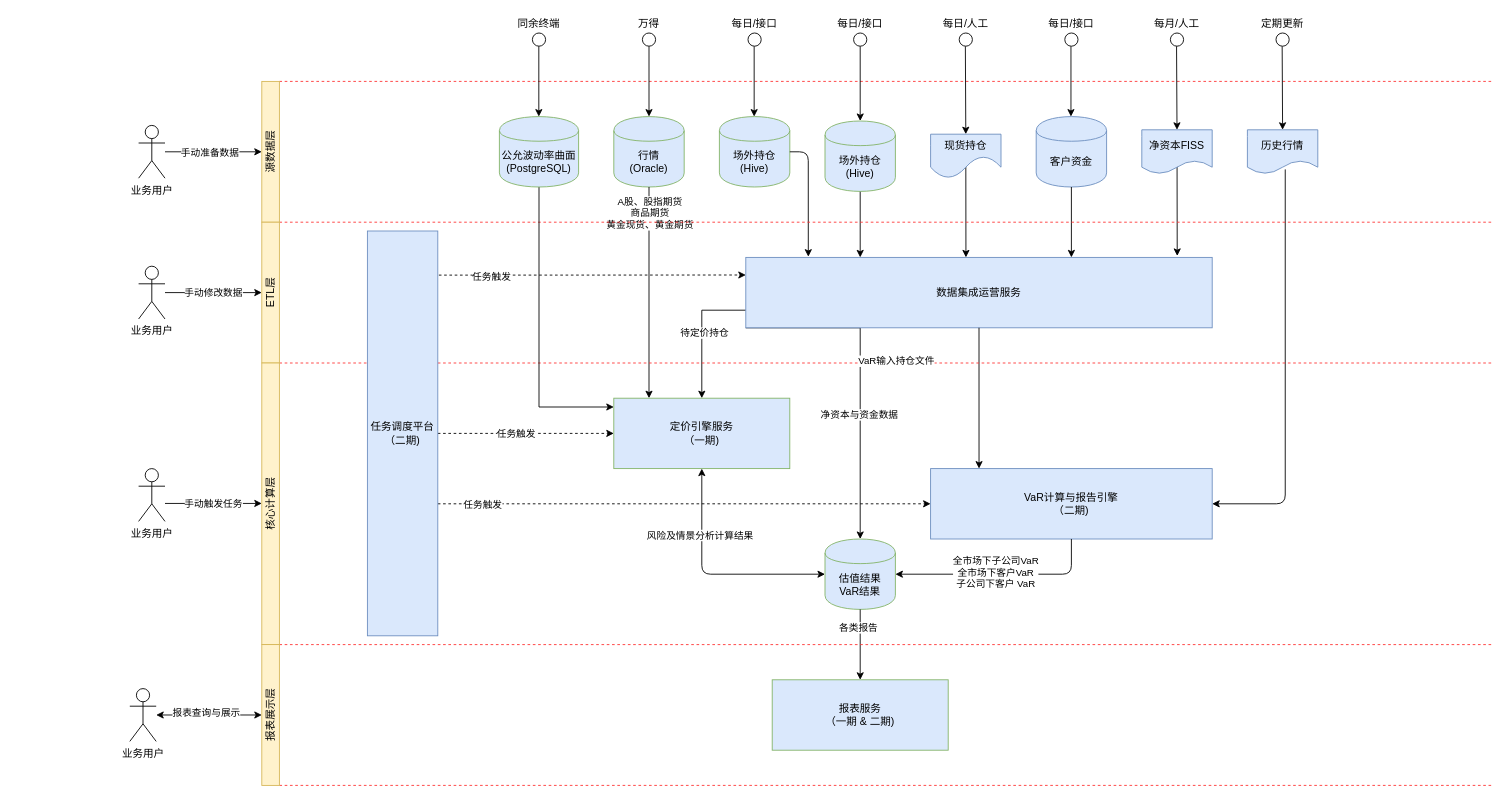
This is page "二期架构" (3 of 8) of Untitled Diagram.drawio from blshao84/VaRReportingSys, a draw.io file, before an edit. Source tidied: cells renumbered, new cells numbered last; positions are measured from the earlier drawing's top-left corner, leaving out a move shared by most shapes. Both pictures are drawn from the tidied source at 88%, with x=0, y=0 at pixel (129, 15).
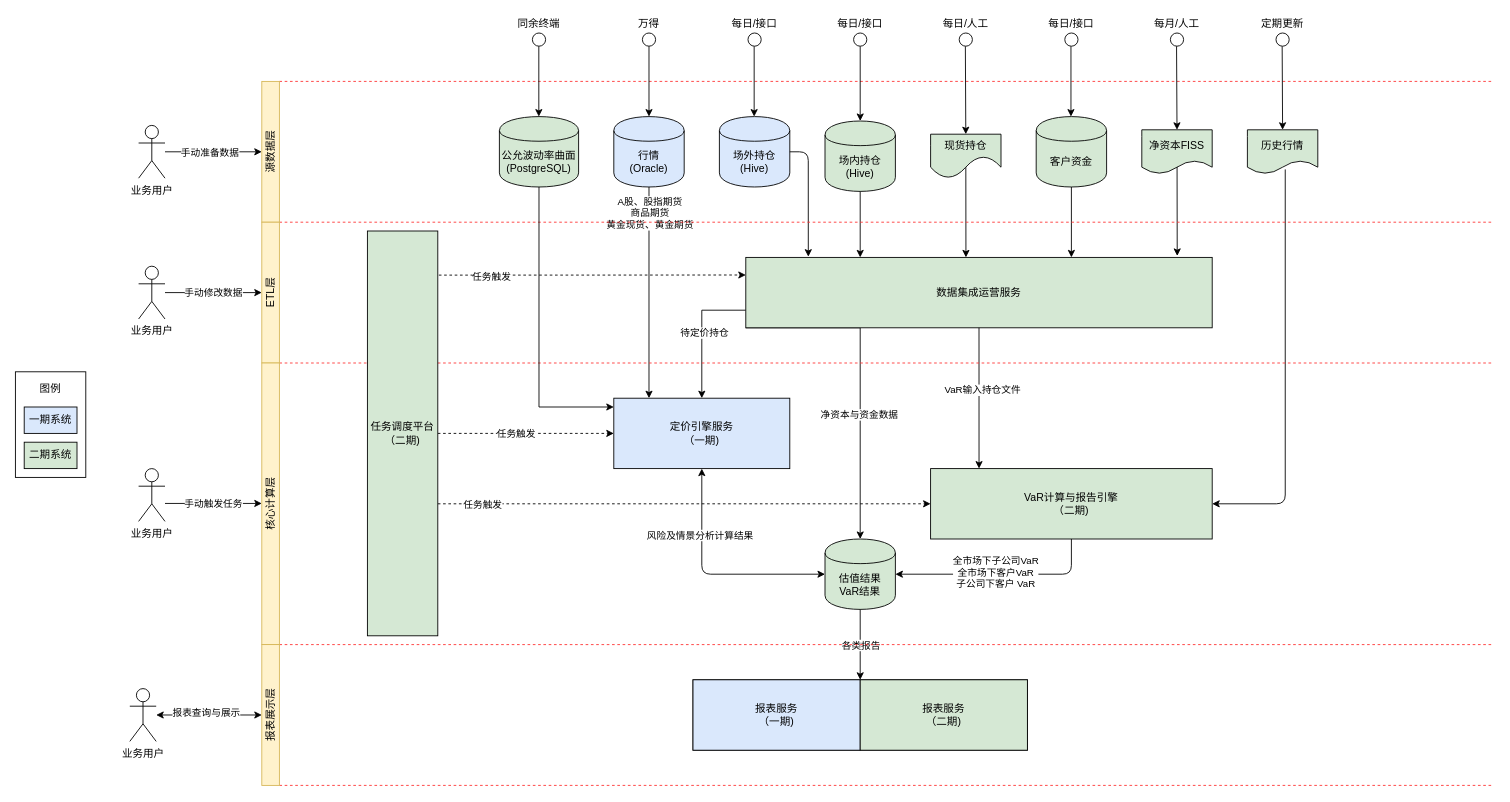
The same page after the edit.

Unchanged cells that the change refers to:
```xml
<mxCell id="28" style="endArrow=classic;html=1;exitX=0.5;exitY=1;exitDx=0;exitDy=0;entryX=0.5;entryY=0;entryDx=0;entryDy=0;" parent="1" edge="1" source="10" target="27">
  <mxGeometry relative="1" as="geometry" />
</mxCell>
<mxCell id="31" style="endArrow=none;dashed=1;html=1;strokeColor=#FF3333;exitX=1;exitY=1;exitDx=0;exitDy=0;" parent="1" edge="1" source="37">
  <mxGeometry relative="1" as="geometry">
    <mxPoint x="1550" y="395" as="targetPoint" />
  </mxGeometry>
</mxCell>
```

The edit, as a diff of the source:
```diff
@@
-    <mxCell id="2" value="行情&lt;br&gt;(Oracle)" style="shape=cylinder;whiteSpace=wrap;html=1;boundedLbl=1;backgroundOutline=1;fillColor=#dae8fc;strokeColor=#82b366;" parent="1" vertex="1">
+    <mxCell id="2" value="行情&lt;br&gt;(Oracle)" style="shape=cylinder;whiteSpace=wrap;html=1;boundedLbl=1;backgroundOutline=1;fillColor=#DAE8FC;strokeColor=#000000;" parent="1" vertex="1">
       <mxGeometry x="550" y="115" width="80" height="80" as="geometry" />
     </mxCell>
-    <mxCell id="3" value="场外持仓&lt;br&gt;(Hive)" style="shape=cylinder;whiteSpace=wrap;html=1;boundedLbl=1;backgroundOutline=1;fillColor=#dae8fc;strokeColor=#82b366;" parent="1" vertex="1">
+    <mxCell id="3" value="场外持仓&lt;br&gt;(Hive)" style="shape=cylinder;whiteSpace=wrap;html=1;boundedLbl=1;backgroundOutline=1;fillColor=#DAE8FC;strokeColor=#000000;" parent="1" vertex="1">
       <mxGeometry x="670" y="115" width="80" height="80" as="geometry" />
     </mxCell>
-    <mxCell id="4" value="客户资金" style="shape=cylinder;whiteSpace=wrap;html=1;boundedLbl=1;backgroundOutline=1;fillColor=#dae8fc;strokeColor=#6c8ebf;" parent="1" vertex="1">
+    <mxCell id="4" value="客户资金" style="shape=cylinder;whiteSpace=wrap;html=1;boundedLbl=1;backgroundOutline=1;fillColor=#d5e8d4;strokeColor=#000000;" parent="1" vertex="1">
       <mxGeometry x="1030" y="115" width="80" height="80" as="geometry" />
     </mxCell>
-    <mxCell id="5" value="定价引擎服务&lt;br&gt;（一期)" style="rounded=0;whiteSpace=wrap;html=1;fillColor=#dae8fc;strokeColor=#82b366;" parent="1" vertex="1">
+    <mxCell id="5" value="定价引擎服务&lt;br&gt;（一期)" style="rounded=0;whiteSpace=wrap;html=1;fillColor=#DAE8FC;strokeColor=#000000;" parent="1" vertex="1">
       <mxGeometry x="550" y="435" width="200" height="80" as="geometry" />
     </mxCell>
@@
-    <mxCell id="10" value="估值结果&lt;br&gt;VaR结果" style="shape=cylinder;whiteSpace=wrap;html=1;boundedLbl=1;backgroundOutline=1;fillColor=#dae8fc;strokeColor=#82b366;" parent="1" vertex="1">
+    <mxCell id="10" value="估值结果&lt;br&gt;VaR结果" style="shape=cylinder;whiteSpace=wrap;html=1;boundedLbl=1;backgroundOutline=1;fillColor=#D5E8D4;strokeColor=#000000;" parent="1" vertex="1">
       <mxGeometry x="790" y="595" width="80" height="80" as="geometry" />
     </mxCell>
@@
-    <mxCell id="13" value="VaR计算与报告引擎&lt;br&gt;（二期)" style="rounded=0;whiteSpace=wrap;html=1;fillColor=#dae8fc;strokeColor=#6c8ebf;" parent="1" vertex="1">
+    <mxCell id="13" value="VaR计算与报告引擎&lt;br&gt;（二期)" style="rounded=0;whiteSpace=wrap;html=1;fillColor=#D5E8D4;strokeColor=#000000;" parent="1" vertex="1">
       <mxGeometry x="910" y="515" width="320" height="80" as="geometry" />
     </mxCell>
@@
-    <mxCell id="16" value="数据集成运营服务" style="rounded=0;whiteSpace=wrap;html=1;fillColor=#dae8fc;strokeColor=#6c8ebf;" parent="1" vertex="1">
+    <mxCell id="16" value="数据集成运营服务" style="rounded=0;whiteSpace=wrap;html=1;fillColor=#D5E8D4;strokeColor=#000000;" parent="1" vertex="1">
       <mxGeometry x="700" y="275" width="530" height="80" as="geometry" />
     </mxCell>
@@
-    <mxCell id="24" value="历史行情" style="shape=document;whiteSpace=wrap;html=1;boundedLbl=1;fillColor=#dae8fc;strokeColor=#6c8ebf;" parent="1" vertex="1">
+    <mxCell id="24" value="历史行情" style="shape=document;whiteSpace=wrap;html=1;boundedLbl=1;fillColor=#d5e8d4;strokeColor=#000000;" parent="1" vertex="1">
       <mxGeometry x="1270" y="130" width="80" height="50" as="geometry" />
     </mxCell>
@@
-    <mxCell id="27" value="报表服务&lt;br&gt;（一期 &amp;amp; 二期)" style="rounded=0;whiteSpace=wrap;html=1;fillColor=#dae8fc;strokeColor=#82b366;" parent="1" vertex="1">
-      <mxGeometry x="730" y="755" width="200" height="80" as="geometry" />
+    <mxCell id="27" style="rounded=0;whiteSpace=wrap;html=1;fillColor=none;strokeColor=#000000;" parent="1" vertex="1">
+      <mxGeometry x="640" y="755" width="380" height="80" as="geometry" />
     </mxCell>
@@
     <mxCell id="29" value="各类报告" style="edgeLabel;html=1;align=center;verticalAlign=middle;" parent="28" vertex="1">
-      <mxGeometry x="-0.5" y="-3" relative="1" as="geometry" />
+      <mxGeometry x="-0.5" y="-3" relative="1" as="geometry">
+        <mxPoint x="3" y="20" as="offset" />
+      </mxGeometry>
     </mxCell>
@@
     <mxCell id="32" value="VaR输入持仓文件" style="edgeLabel;html=1;align=center;verticalAlign=middle;" parent="31" vertex="1">
       <mxGeometry x="0.11" y="3" relative="1" as="geometry">
-        <mxPoint x="-65.8" as="offset" />
+        <mxPoint x="32.7" y="33" as="offset" />
       </mxGeometry>
     </mxCell>
@@
-    <mxCell id="59" value="现货持仓" style="shape=document;whiteSpace=wrap;html=1;boundedLbl=1;fillColor=#dae8fc;strokeColor=#6c8ebf;size=0.5;" parent="1" vertex="1">
+    <mxCell id="59" value="现货持仓" style="shape=document;whiteSpace=wrap;html=1;boundedLbl=1;fillColor=#d5e8d4;strokeColor=#000000;size=0.5;" parent="1" vertex="1">
       <mxGeometry x="910" y="135" width="80" height="50" as="geometry" />
     </mxCell>
-    <mxCell id="60" value="净资本FISS" style="shape=document;whiteSpace=wrap;html=1;boundedLbl=1;fillColor=#dae8fc;strokeColor=#6c8ebf;" parent="1" vertex="1">
+    <mxCell id="60" value="净资本FISS" style="shape=document;whiteSpace=wrap;html=1;boundedLbl=1;fillColor=#d5e8d4;strokeColor=#000000;" parent="1" vertex="1">
       <mxGeometry x="1150" y="130" width="80" height="50" as="geometry" />
     </mxCell>
@@
-    <mxCell id="75" value="任务调度平台&lt;br&gt;（二期)" style="rounded=0;whiteSpace=wrap;html=1;fillColor=#dae8fc;strokeColor=#6c8ebf;" parent="1" vertex="1">
+    <mxCell id="75" value="任务调度平台&lt;br&gt;（二期)" style="rounded=0;whiteSpace=wrap;html=1;fillColor=#D5E8D4;strokeColor=#000000;" parent="1" vertex="1">
       <mxGeometry x="270" y="245" width="80" height="460" as="geometry" />
     </mxCell>
@@
-    <mxCell id="77" value="公允波动率曲面&lt;br&gt;(PostgreSQL)" style="shape=cylinder;whiteSpace=wrap;html=1;boundedLbl=1;backgroundOutline=1;fillColor=#dae8fc;strokeColor=#82b366;" parent="1" vertex="1">
+    <mxCell id="77" value="公允波动率曲面&lt;br&gt;(PostgreSQL)" style="shape=cylinder;whiteSpace=wrap;html=1;boundedLbl=1;backgroundOutline=1;fillColor=#d5e8d4;strokeColor=#000000;" parent="1" vertex="1">
       <mxGeometry x="420" y="115" width="90" height="80" as="geometry" />
     </mxCell>
@@
-    <mxCell id="81" value="场外持仓&lt;br&gt;(Hive)" style="shape=cylinder;whiteSpace=wrap;html=1;boundedLbl=1;backgroundOutline=1;fillColor=#dae8fc;strokeColor=#82b366;" parent="1" vertex="1">
+    <mxCell id="81" value="场内持仓&lt;br&gt;(Hive)" style="shape=cylinder;whiteSpace=wrap;html=1;boundedLbl=1;backgroundOutline=1;fillColor=#d5e8d4;strokeColor=#000000;" parent="1" vertex="1">
       <mxGeometry x="790" y="120" width="80" height="80" as="geometry" />
     </mxCell>
@@
+    <mxCell id="86" value="报表服务&lt;br&gt;（一期)" style="rounded=0;whiteSpace=wrap;html=1;fillColor=#DAE8FC;strokeColor=#000000;" parent="1" vertex="1">
+      <mxGeometry x="640" y="755" width="190" height="80" as="geometry" />
+    </mxCell>
+    <mxCell id="87" value="报表服务&lt;br&gt;（二期)" style="rounded=0;whiteSpace=wrap;html=1;fillColor=#D5E8D4;strokeColor=#000000;" parent="1" vertex="1">
+      <mxGeometry x="830" y="755" width="190" height="80" as="geometry" />
+    </mxCell>
+    <mxCell id="88" style="group;" parent="1" vertex="1">
+      <mxGeometry x="-130" y="405" width="80" height="120" as="geometry" />
+    </mxCell>
+    <mxCell id="89" value="一期系统" style="rounded=0;whiteSpace=wrap;html=1;fillColor=#DAE8FC;strokeColor=#000000;" parent="88" vertex="1">
+      <mxGeometry x="10" y="40" width="60" height="30" as="geometry" />
+    </mxCell>
+    <mxCell id="90" value="二期系统" style="rounded=0;whiteSpace=wrap;html=1;fillColor=#D5E8D4;strokeColor=#000000;" parent="88" vertex="1">
+      <mxGeometry x="10" y="80" width="60" height="30" as="geometry" />
+    </mxCell>
+    <mxCell id="91" style="rounded=0;whiteSpace=wrap;html=1;strokeColor=#000000;fillColor=none;" parent="88" vertex="1">
+      <mxGeometry width="80" height="120" as="geometry" />
+    </mxCell>
+    <mxCell id="92" value="图例" style="text;html=1;strokeColor=none;fillColor=none;align=center;verticalAlign=middle;whiteSpace=wrap;rounded=0;" parent="88" vertex="1">
+      <mxGeometry x="20" y="10" width="40" height="20" as="geometry" />
+    </mxCell>
```
